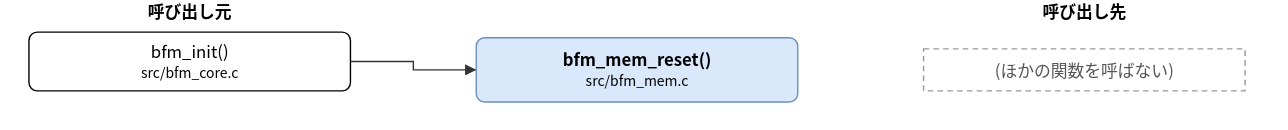
hf355051012-ai/bfmem keeps this draw.io diagram as doc/spec/images/call_src_bfm_mem-bfm_mem_reset.drawio.svg. Above is the earlier version. Source tidied: cells renumbered, new cells last; positions are measured from the earlier drawing's top-left corner, leaving out a move shared by most shapes.
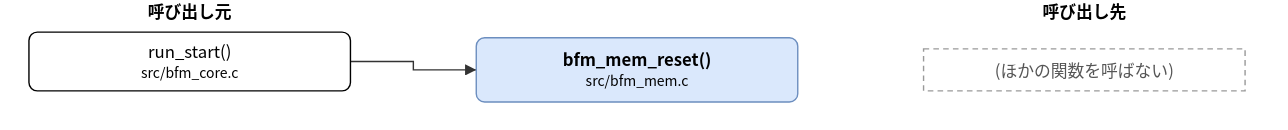
Above is the later version.

Change to the diagram source:
```diff
@@ -5,7 +5,7 @@
     <mxCell id="2" value="bfm_mem_reset()&lt;br&gt;&lt;font style=&quot;font-size:10px&quot;&gt;src/bfm_mem.c&lt;/font&gt;" style="rounded=1;whiteSpace=wrap;html=1;fillColor=#dae8fc;strokeColor=#6c8ebf;fontStyle=1;" parent="1" vertex="1">
       <mxGeometry x="320" y="27" width="230" height="46" as="geometry" />
     </mxCell>
-    <mxCell id="3" value="bfm_init()&lt;br&gt;&lt;font style=&quot;font-size:10px&quot;&gt;src/bfm_core.c&lt;/font&gt;" style="rounded=1;whiteSpace=wrap;html=1;" parent="1" vertex="1">
+    <mxCell id="3" value="run_start()&lt;br&gt;&lt;font style=&quot;font-size:10px&quot;&gt;src/bfm_core.c&lt;/font&gt;" style="rounded=1;whiteSpace=wrap;html=1;" parent="1" vertex="1">
       <mxGeometry y="23" width="230" height="42" as="geometry" />
     </mxCell>
     <mxCell id="4" value="(ほかの関数を呼ばない)" style="rounded=0;whiteSpace=wrap;html=1;dashed=1;strokeColor=#999999;fontColor=#555555;dashed=1;" parent="1" vertex="1">
```
